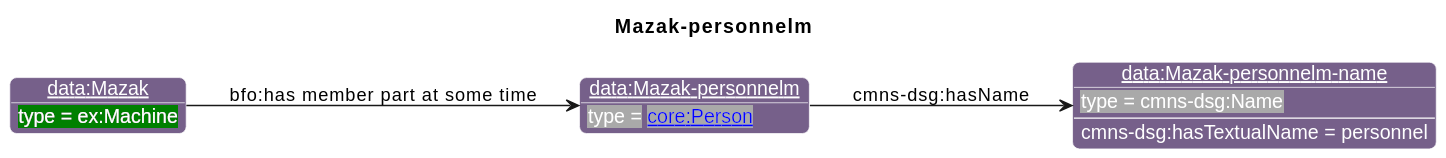
The PlantUML diagram diagrams/Mazak-personnelm.svg in iofoundry/example-syseng-mtconnect, before a commit.
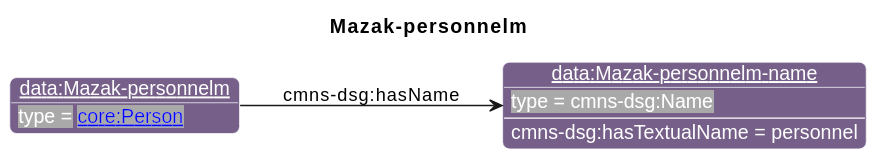
After the change.

What changed in the source:
```diff
@@ -15,8 +15,6 @@
 }
 individual(o1, data:Mazak-personnelm, [[https://spec.industrialontologies.org/ontology/core/Core/Person core:Person]])
 individual(o2, data:Mazak-personnelm-name, cmns-dsg:Name)
-individual(o3, data:Mazak, ex:Machine)
 property(o1, cmns-dsg:hasName, o2)
 data(o2, cmns-dsg:hasTextualName, personnel)
-property(o3, "bfo:has member part at some time", o1)
 @enduml
```
